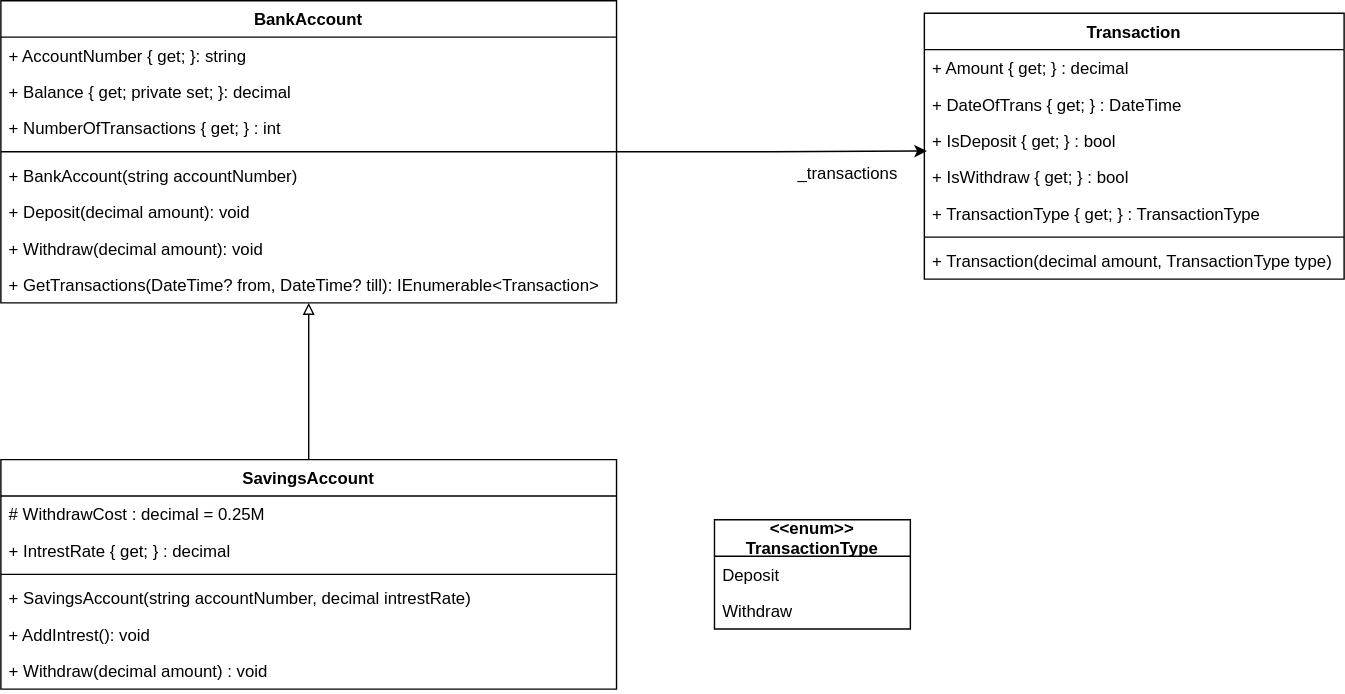
Before: chapters/03/slides/images/DCD_part4.svg, a diagram exported from draw.io (HOGENT-Web/csharp). Source tidied: cells renumbered, new cells last; positions are measured from the earlier drawing's top-left corner, leaving out a move shared by most shapes.
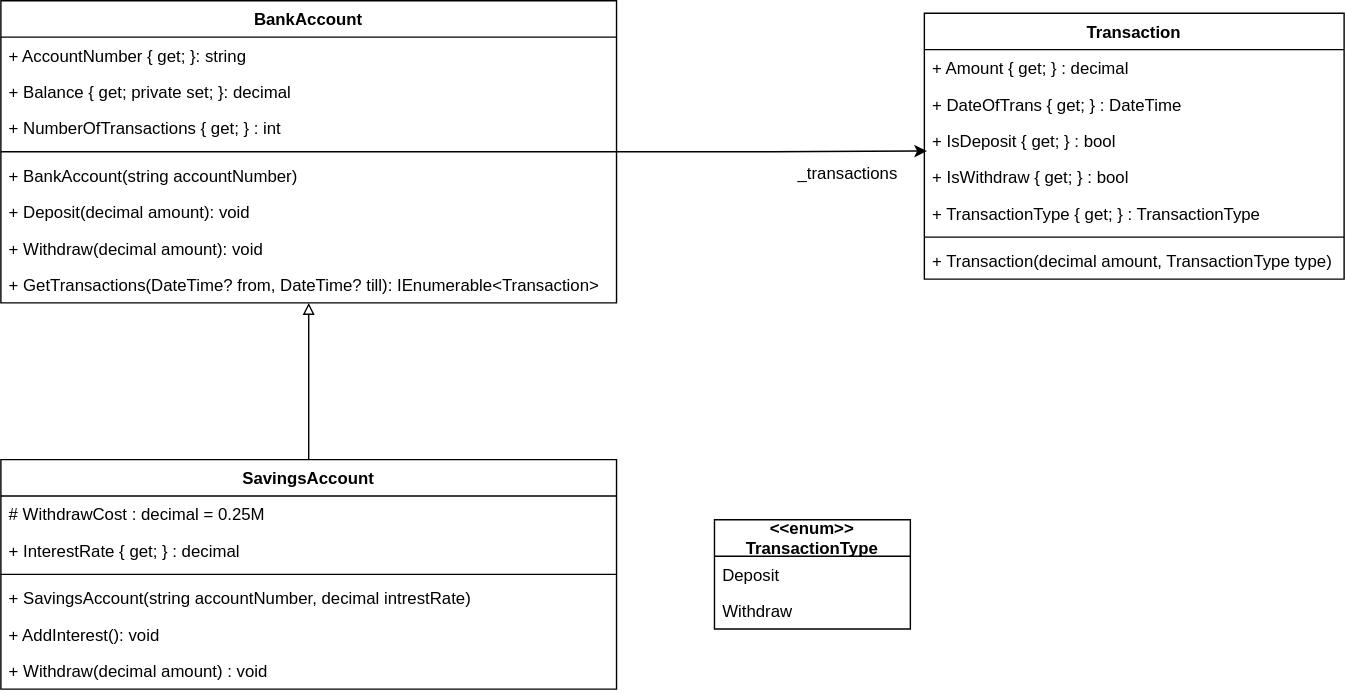
The same diagram one commit later.

What changed in the source:
```diff
@@ -77,7 +77,7 @@
     <mxCell id="26" value="# WithdrawCost : decimal = 0.25M" style="text;strokeColor=none;fillColor=none;align=left;verticalAlign=top;spacingLeft=4;spacingRight=4;overflow=hidden;" parent="25" vertex="1">
       <mxGeometry y="26" width="440" height="26" as="geometry" />
     </mxCell>
-    <mxCell id="27" value="+ IntrestRate { get; } : decimal" style="text;strokeColor=none;fillColor=none;align=left;verticalAlign=top;spacingLeft=4;spacingRight=4;overflow=hidden;" parent="25" vertex="1">
+    <mxCell id="27" value="+ InterestRate { get; } : decimal" style="text;strokeColor=none;fillColor=none;align=left;verticalAlign=top;spacingLeft=4;spacingRight=4;overflow=hidden;" parent="25" vertex="1">
       <mxGeometry y="52" width="440" height="26" as="geometry" />
     </mxCell>
     <mxCell id="28" style="line;strokeWidth=1;fillColor=none;align=left;verticalAlign=middle;spacingTop=-1;spacingLeft=3;spacingRight=3;labelPosition=right;" parent="25" vertex="1">
@@ -86,7 +86,7 @@
     <mxCell id="29" value="+ SavingsAccount(string accountNumber, decimal intrestRate)&#10;" style="text;strokeColor=none;fillColor=none;align=left;verticalAlign=top;spacingLeft=4;spacingRight=4;overflow=hidden;" parent="25" vertex="1">
       <mxGeometry y="86" width="440" height="26" as="geometry" />
     </mxCell>
-    <mxCell id="30" value="+ AddIntrest(): void" style="text;strokeColor=none;fillColor=none;align=left;verticalAlign=top;spacingLeft=4;spacingRight=4;overflow=hidden;" parent="25" vertex="1">
+    <mxCell id="30" value="+ AddInterest(): void" style="text;strokeColor=none;fillColor=none;align=left;verticalAlign=top;spacingLeft=4;spacingRight=4;overflow=hidden;" parent="25" vertex="1">
       <mxGeometry y="112" width="440" height="26" as="geometry" />
     </mxCell>
     <mxCell id="31" value="+ Withdraw(decimal amount) : void" style="text;strokeColor=none;fillColor=none;align=left;verticalAlign=top;spacingLeft=4;spacingRight=4;overflow=hidden;" parent="25" vertex="1">
```
